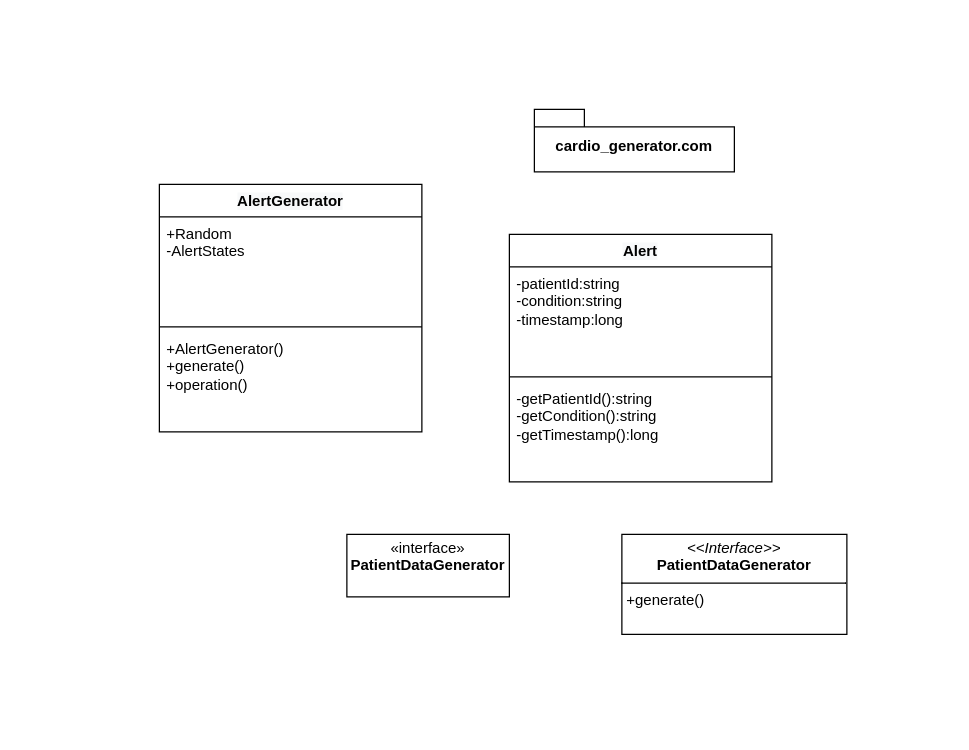
The draw.io diagram page "Page-1" (1 of 2) of Untitled Diagram.drawio in heliumisbushti/signal_project, before the edit. Source tidied: cells renumbered, new cells numbered last; positions are measured from the earlier drawing's top-left corner, leaving out a move shared by most shapes. Both pictures are drawn from the tidied source at 125%, with x=0, y=0 at pixel (159, 109).
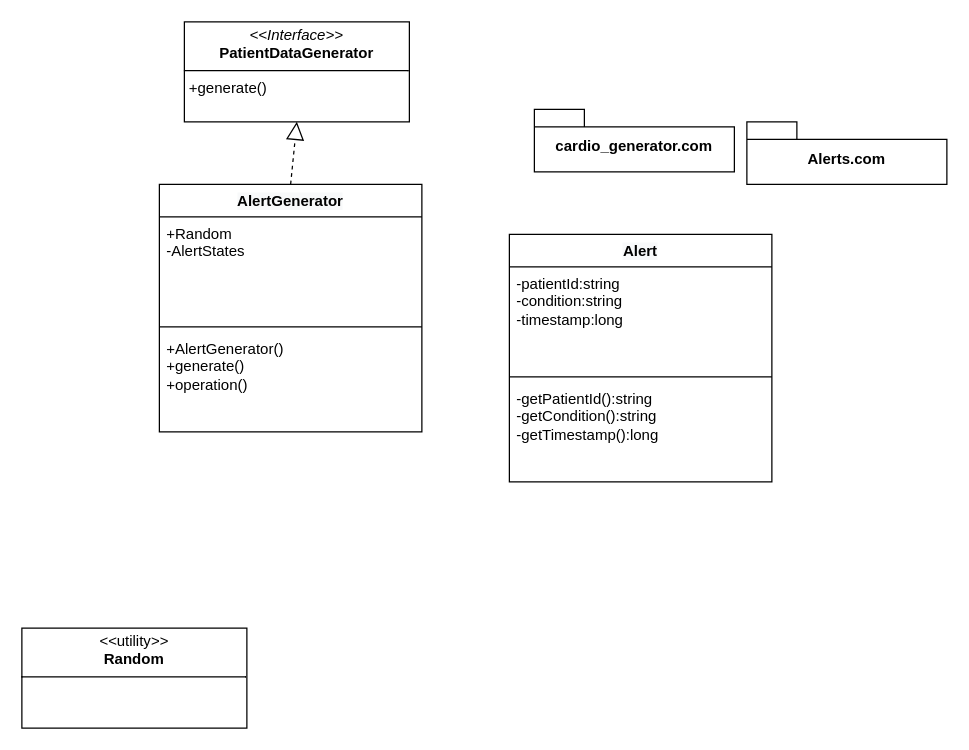
Above is the later version.

What changed in the source:
```diff
@@
 <mxGraphModel>
   <root>
     <mxCell id="0" />
     <mxCell id="1" parent="0" />
     <mxCell id="2" value="&lt;span style=&quot;color: rgb(0, 0, 0); font-family: Helvetica, &amp;quot;VP Default&amp;quot;; text-wrap-mode: nowrap; background-color: rgb(248, 249, 250);&quot;&gt;AlertGenerator&lt;/span&gt;" style="swimlane;fontStyle=1;align=center;verticalAlign=top;horizontal=1;startSize=26;whiteSpace=wrap;html=1;labelBackgroundColor=none;" parent="1" vertex="1">
       <mxGeometry y="60" width="210" height="198" as="geometry" />
     </mxCell>
     <mxCell id="3" value="+Random&lt;div&gt;-AlertStates&lt;/div&gt;&lt;div&gt;&lt;br&gt;&lt;/div&gt;" style="text;strokeColor=none;fillColor=none;align=left;verticalAlign=top;spacingLeft=4;spacingRight=4;overflow=hidden;whiteSpace=wrap;html=1;labelBackgroundColor=none;" parent="2" vertex="1">
       <mxGeometry y="26" width="210" height="84" as="geometry" />
     </mxCell>
     <mxCell id="4" style="line;strokeWidth=1;fillColor=none;align=left;verticalAlign=middle;spacingTop=-1;spacingLeft=3;spacingRight=3;labelPosition=right;labelBackgroundColor=none;" parent="2" vertex="1">
       <mxGeometry y="110" width="210" height="8" as="geometry" />
     </mxCell>
     <mxCell id="5" value="+AlertGenerator()&lt;div&gt;+generate()&lt;/div&gt;&lt;div&gt;+operation()&lt;/div&gt;" style="text;strokeColor=none;fillColor=none;align=left;verticalAlign=top;spacingLeft=4;spacingRight=4;overflow=hidden;whiteSpace=wrap;html=1;labelBackgroundColor=none;" parent="2" vertex="1">
       <mxGeometry y="118" width="210" height="80" as="geometry" />
     </mxCell>
     <mxCell id="6" value="&lt;span style=&quot;color: rgb(0, 0, 0); font-family: Helvetica, &amp;quot;VP Default&amp;quot;; text-wrap-mode: nowrap; background-color: rgb(248, 249, 250);&quot;&gt;Alert&lt;/span&gt;" style="swimlane;fontStyle=1;align=center;verticalAlign=top;horizontal=1;startSize=26;whiteSpace=wrap;html=1;labelBackgroundColor=none;" parent="1" vertex="1">
       <mxGeometry x="280" y="100" width="210" height="198" as="geometry" />
     </mxCell>
     <mxCell id="7" value="&lt;div&gt;-patientId:string&lt;/div&gt;&lt;div&gt;-condition:string&amp;nbsp;&lt;/div&gt;&lt;div&gt;-timestamp:long&lt;/div&gt;" style="text;strokeColor=none;fillColor=none;align=left;verticalAlign=top;spacingLeft=4;spacingRight=4;overflow=hidden;whiteSpace=wrap;html=1;labelBackgroundColor=none;" parent="6" vertex="1">
       <mxGeometry y="26" width="210" height="84" as="geometry" />
     </mxCell>
     <mxCell id="8" style="line;strokeWidth=1;fillColor=none;align=left;verticalAlign=middle;spacingTop=-1;spacingLeft=3;spacingRight=3;labelPosition=right;labelBackgroundColor=none;" parent="6" vertex="1">
       <mxGeometry y="110" width="210" height="8" as="geometry" />
     </mxCell>
     <mxCell id="9" value="&lt;div&gt;-getPatientId():string&lt;/div&gt;&lt;div&gt;-getCondition():string&amp;nbsp;&lt;/div&gt;&lt;div&gt;-getTimestamp():long&lt;/div&gt;" style="text;strokeColor=none;fillColor=none;align=left;verticalAlign=top;spacingLeft=4;spacingRight=4;overflow=hidden;whiteSpace=wrap;html=1;labelBackgroundColor=none;" parent="6" vertex="1">
       <mxGeometry y="118" width="210" height="80" as="geometry" />
     </mxCell>
-    <mxCell id="10" value="«interface»&lt;br&gt;&lt;b&gt;PatientDataGenerator&lt;/b&gt;&lt;div&gt;&lt;b&gt;&lt;br&gt;&lt;/b&gt;&lt;/div&gt;" style="html=1;whiteSpace=wrap;labelBackgroundColor=none;" parent="1" vertex="1">
-      <mxGeometry x="150" y="340" width="130" height="50" as="geometry" />
-    </mxCell>
     <mxCell id="11" value="&lt;p style=&quot;margin:0px;margin-top:4px;text-align:center;&quot;&gt;&lt;i&gt;&amp;lt;&amp;lt;Interface&amp;gt;&amp;gt;&lt;/i&gt;&lt;br&gt;&lt;b&gt;PatientDataGenerator&lt;/b&gt;&lt;/p&gt;&lt;hr size=&quot;1&quot; style=&quot;border-style:solid;&quot;&gt;&lt;p style=&quot;margin:0px;margin-left:4px;&quot;&gt;+generate()&lt;/p&gt;" style="verticalAlign=top;align=left;overflow=fill;html=1;whiteSpace=wrap;labelBackgroundColor=none;" parent="1" vertex="1">
-      <mxGeometry x="370" y="340" width="180" height="80" as="geometry" />
+      <mxGeometry x="20" y="-70" width="180" height="80" as="geometry" />
     </mxCell>
     <mxCell id="12" value="cardio_generator.com" style="shape=folder;fontStyle=1;spacingTop=10;tabWidth=40;tabHeight=14;tabPosition=left;html=1;whiteSpace=wrap;labelBackgroundColor=none;" parent="1" vertex="1">
       <mxGeometry x="300" width="160" height="50" as="geometry" />
     </mxCell>
+    <mxCell id="13" value="&lt;p style=&quot;margin:0px;margin-top:4px;text-align:center;&quot;&gt;&lt;i&gt;&amp;lt;&amp;lt;&lt;/i&gt;utility&lt;i&gt;&amp;gt;&amp;gt;&lt;/i&gt;&lt;br&gt;&lt;b&gt;Random&lt;/b&gt;&lt;/p&gt;&lt;hr size=&quot;1&quot; style=&quot;border-style:solid;&quot;&gt;&lt;p style=&quot;margin:0px;margin-left:4px;&quot;&gt;&lt;br&gt;&lt;/p&gt;" style="verticalAlign=top;align=left;overflow=fill;html=1;whiteSpace=wrap;labelBackgroundColor=none;" parent="1" vertex="1">
+      <mxGeometry x="-110" y="415" width="180" height="80" as="geometry" />
+    </mxCell>
+    <mxCell id="14" style="endArrow=block;dashed=1;endFill=0;endSize=12;html=1;rounded=0;entryX=0.5;entryY=1;entryDx=0;entryDy=0;exitX=0.5;exitY=0;exitDx=0;exitDy=0;" parent="1" edge="1" source="2" target="11">
+      <mxGeometry relative="1" as="geometry" />
+    </mxCell>
+    <mxCell id="15" value="Alerts.com" style="shape=folder;fontStyle=1;spacingTop=10;tabWidth=40;tabHeight=14;tabPosition=left;html=1;whiteSpace=wrap;labelBackgroundColor=none;" parent="1" vertex="1">
+      <mxGeometry x="470" y="10" width="160" height="50" as="geometry" />
+    </mxCell>
   </root>
 </mxGraphModel>
```
